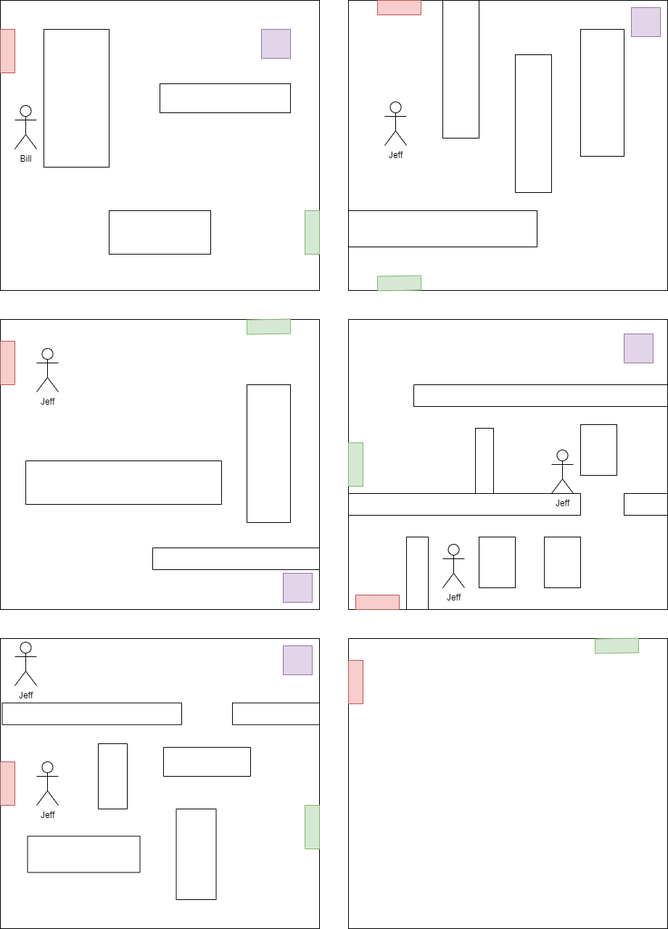
Earlier version of the draw.io export level 1.png (johannfac/A-Lone-Burglar). Source tidied: cells renumbered, new cells last; positions are measured from the earlier drawing's top-left corner, leaving out a move shared by most shapes.
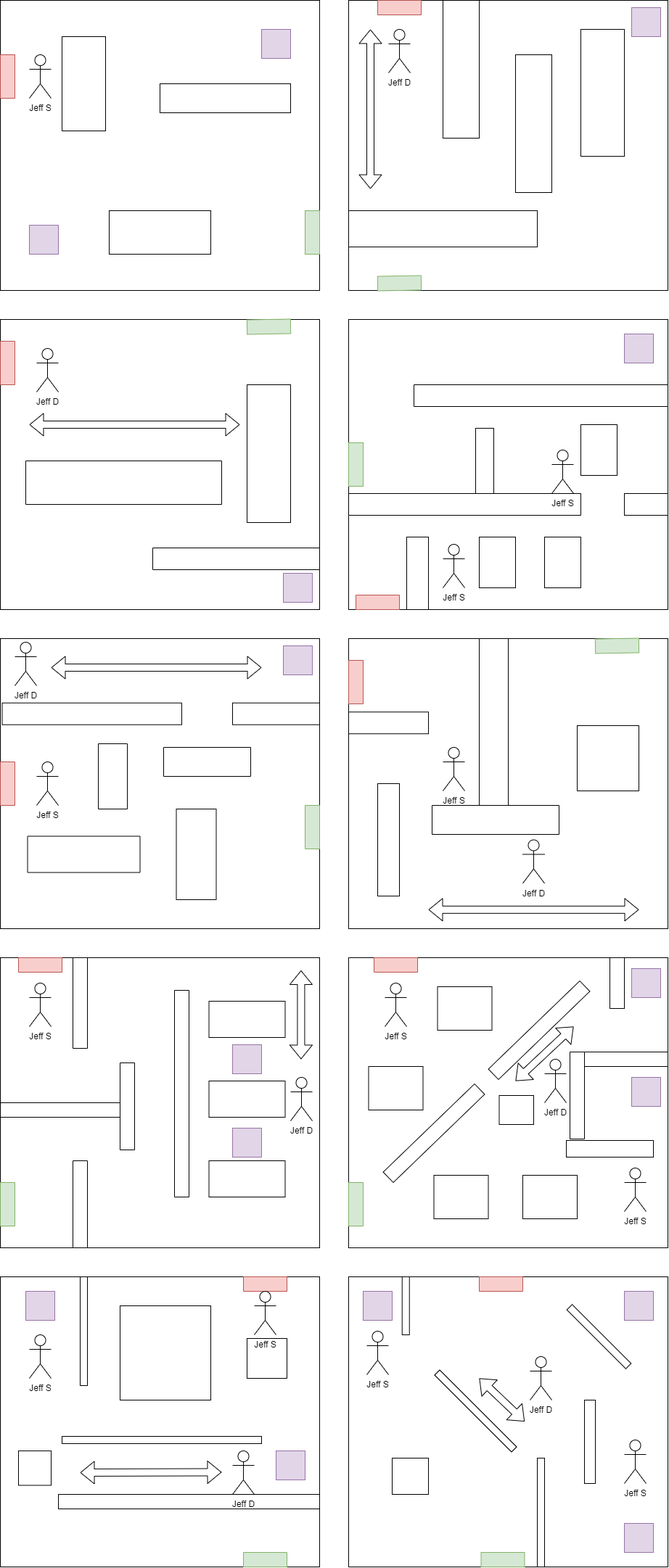
The same file after the commit.

What changed in the source:
```diff
@@ -9,7 +9,7 @@
       <mxGeometry x="150" y="310" width="140" height="60" as="geometry" />
     </mxCell>
     <mxCell id="4" style="rounded=0;whiteSpace=wrap;html=1;" parent="1" vertex="1">
-      <mxGeometry x="60" y="60" width="90" height="190" as="geometry" />
+      <mxGeometry x="85" y="70" width="60" height="130" as="geometry" />
     </mxCell>
     <mxCell id="5" style="rounded=0;whiteSpace=wrap;html=1;" parent="1" vertex="1">
       <mxGeometry x="220" y="135" width="180" height="40" as="geometry" />
@@ -18,7 +18,7 @@
       <mxGeometry x="420" y="310" width="20" height="60" as="geometry" />
     </mxCell>
     <mxCell id="7" style="rounded=0;whiteSpace=wrap;html=1;fillColor=#f8cecc;strokeColor=#b85450;" parent="1" vertex="1">
-      <mxGeometry y="60" width="20" height="60" as="geometry" />
+      <mxGeometry y="95" width="20" height="60" as="geometry" />
     </mxCell>
     <mxCell id="8" style="rounded=0;whiteSpace=wrap;html=1;" parent="1" vertex="1">
       <mxGeometry x="480" y="20" width="440" height="400" as="geometry" />
@@ -44,11 +44,11 @@
     <mxCell id="15" style="rounded=0;whiteSpace=wrap;html=1;fillColor=#e1d5e7;strokeColor=#9673a6;" parent="1" vertex="1">
       <mxGeometry x="360" y="60" width="40" height="40" as="geometry" />
     </mxCell>
-    <mxCell id="16" value="Jeff" style="shape=umlActor;verticalLabelPosition=bottom;verticalAlign=top;html=1;" parent="1" vertex="1">
-      <mxGeometry x="530" y="160" width="30" height="60" as="geometry" />
+    <mxCell id="16" value="Jeff D" style="shape=umlActor;verticalLabelPosition=bottom;verticalAlign=top;html=1;" parent="1" vertex="1">
+      <mxGeometry x="535" y="60" width="30" height="60" as="geometry" />
     </mxCell>
-    <mxCell id="17" value="Bill" style="shape=umlActor;verticalLabelPosition=bottom;verticalAlign=top;html=1;" parent="1" vertex="1">
-      <mxGeometry x="20" y="165" width="30" height="60" as="geometry" />
+    <mxCell id="17" value="Jeff S" style="shape=umlActor;verticalLabelPosition=bottom;verticalAlign=top;html=1;" parent="1" vertex="1">
+      <mxGeometry x="40" y="95" width="30" height="60" as="geometry" />
     </mxCell>
     <mxCell id="18" style="rounded=0;whiteSpace=wrap;html=1;fillColor=#e1d5e7;strokeColor=#9673a6;" parent="1" vertex="1">
       <mxGeometry x="870" y="30" width="40" height="40" as="geometry" />
@@ -59,7 +59,7 @@
     <mxCell id="20" style="rounded=0;whiteSpace=wrap;html=1;" parent="1" vertex="1">
       <mxGeometry x="480" y="460" width="440" height="400" as="geometry" />
     </mxCell>
-    <mxCell id="21" value="Jeff" style="shape=umlActor;verticalLabelPosition=bottom;verticalAlign=top;html=1;" parent="1" vertex="1">
+    <mxCell id="21" value="Jeff D" style="shape=umlActor;verticalLabelPosition=bottom;verticalAlign=top;html=1;" parent="1" vertex="1">
       <mxGeometry x="50" y="500" width="30" height="60" as="geometry" />
     </mxCell>
     <mxCell id="22" style="rounded=0;whiteSpace=wrap;html=1;fillColor=#d5e8d4;strokeColor=#82b366;rotation=89;" parent="1" vertex="1">
@@ -113,7 +113,7 @@
     <mxCell id="38" style="rounded=0;whiteSpace=wrap;html=1;rotation=0;" parent="1" vertex="1">
       <mxGeometry x="800" y="605" width="50" height="70" as="geometry" />
     </mxCell>
-    <mxCell id="39" value="Jeff" style="shape=umlActor;verticalLabelPosition=bottom;verticalAlign=top;html=1;" parent="1" vertex="1">
+    <mxCell id="39" value="Jeff S" style="shape=umlActor;verticalLabelPosition=bottom;verticalAlign=top;html=1;" parent="1" vertex="1">
       <mxGeometry x="760" y="640" width="30" height="60" as="geometry" />
     </mxCell>
     <mxCell id="40" style="rounded=0;whiteSpace=wrap;html=1;" parent="1" vertex="1">
@@ -146,13 +146,13 @@
     <mxCell id="49" style="rounded=0;whiteSpace=wrap;html=1;rotation=90;" parent="1" vertex="1">
       <mxGeometry x="111.2" y="880" width="30" height="247.5" as="geometry" />
     </mxCell>
-    <mxCell id="50" value="Jeff" style="shape=umlActor;verticalLabelPosition=bottom;verticalAlign=top;html=1;" parent="1" vertex="1">
+    <mxCell id="50" value="Jeff D" style="shape=umlActor;verticalLabelPosition=bottom;verticalAlign=top;html=1;" parent="1" vertex="1">
       <mxGeometry x="20" y="905" width="30" height="60" as="geometry" />
     </mxCell>
     <mxCell id="51" style="rounded=0;whiteSpace=wrap;html=1;rotation=90;" parent="1" vertex="1">
       <mxGeometry x="207.5" y="1170" width="125" height="55" as="geometry" />
     </mxCell>
-    <mxCell id="52" value="Jeff" style="shape=umlActor;verticalLabelPosition=bottom;verticalAlign=top;html=1;" parent="1" vertex="1">
+    <mxCell id="52" value="Jeff S" style="shape=umlActor;verticalLabelPosition=bottom;verticalAlign=top;html=1;" parent="1" vertex="1">
       <mxGeometry x="50" y="1070" width="30" height="60" as="geometry" />
     </mxCell>
     <mxCell id="53" style="rounded=0;whiteSpace=wrap;html=1;rotation=90;" parent="1" vertex="1">
@@ -161,8 +161,269 @@
     <mxCell id="54" style="rounded=0;whiteSpace=wrap;html=1;rotation=90;" parent="1" vertex="1">
       <mxGeometry x="90" y="1120" width="50" height="155" as="geometry" />
     </mxCell>
-    <mxCell id="55" value="Jeff" style="shape=umlActor;verticalLabelPosition=bottom;verticalAlign=top;html=1;" parent="1" vertex="1">
+    <mxCell id="55" value="Jeff S" style="shape=umlActor;verticalLabelPosition=bottom;verticalAlign=top;html=1;" parent="1" vertex="1">
       <mxGeometry x="610" y="770" width="30" height="60" as="geometry" />
     </mxCell>
+    <mxCell id="56" style="rounded=0;whiteSpace=wrap;html=1;rotation=90;" parent="1" vertex="1">
+      <mxGeometry x="563.8" y="996.2" width="232.5" height="40" as="geometry" />
+    </mxCell>
+    <mxCell id="57" style="rounded=0;whiteSpace=wrap;html=1;rotation=90;" parent="1" vertex="1">
+      <mxGeometry x="662.5" y="1062.5" width="40" height="175" as="geometry" />
+    </mxCell>
+    <mxCell id="58" value="Jeff D" style="shape=umlActor;verticalLabelPosition=bottom;verticalAlign=top;html=1;" parent="1" vertex="1">
+      <mxGeometry x="720" y="1177.5" width="30" height="60" as="geometry" />
+    </mxCell>
+    <mxCell id="59" style="rounded=0;whiteSpace=wrap;html=1;" parent="1" vertex="1">
+      <mxGeometry x="795" y="1020" width="85" height="90" as="geometry" />
+    </mxCell>
+    <mxCell id="60" value="Jeff S" style="shape=umlActor;verticalLabelPosition=bottom;verticalAlign=top;html=1;" parent="1" vertex="1">
+      <mxGeometry x="610" y="1050" width="30" height="60" as="geometry" />
+    </mxCell>
+    <mxCell id="61" style="rounded=0;whiteSpace=wrap;html=1;" parent="1" vertex="1">
+      <mxGeometry x="480" y="1001.2" width="110" height="30" as="geometry" />
+    </mxCell>
+    <mxCell id="62" style="rounded=0;whiteSpace=wrap;html=1;" parent="1" vertex="1">
+      <mxGeometry x="520" y="1100" width="30" height="155" as="geometry" />
+    </mxCell>
+    <mxCell id="63" style="rounded=0;whiteSpace=wrap;html=1;" parent="1" vertex="1">
+      <mxGeometry y="1340" width="440" height="400" as="geometry" />
+    </mxCell>
+    <mxCell id="64" style="rounded=0;whiteSpace=wrap;html=1;fillColor=#f8cecc;strokeColor=#b85450;rotation=90;" parent="1" vertex="1">
+      <mxGeometry x="45" y="1320" width="20" height="60" as="geometry" />
+    </mxCell>
+    <mxCell id="65" style="rounded=0;whiteSpace=wrap;html=1;fillColor=#d5e8d4;strokeColor=#82b366;rotation=-180;" parent="1" vertex="1">
+      <mxGeometry y="1650" width="20" height="60" as="geometry" />
+    </mxCell>
+    <mxCell id="66" style="rounded=0;whiteSpace=wrap;html=1;fillColor=#e1d5e7;strokeColor=#9673a6;" parent="1" vertex="1">
+      <mxGeometry x="40" y="330" width="40" height="40" as="geometry" />
+    </mxCell>
+    <mxCell id="67" style="rounded=0;whiteSpace=wrap;html=1;" parent="1" vertex="1">
+      <mxGeometry y="1540" width="170" height="20" as="geometry" />
+    </mxCell>
+    <mxCell id="68" style="rounded=0;whiteSpace=wrap;html=1;rotation=90;" parent="1" vertex="1">
+      <mxGeometry x="50" y="1670" width="120" height="20" as="geometry" />
+    </mxCell>
+    <mxCell id="69" style="rounded=0;whiteSpace=wrap;html=1;rotation=90;" parent="1" vertex="1">
+      <mxGeometry x="47.5" y="1392.5" width="125" height="20" as="geometry" />
+    </mxCell>
+    <mxCell id="70" style="rounded=0;whiteSpace=wrap;html=1;rotation=90;" parent="1" vertex="1">
+      <mxGeometry x="115" y="1535" width="120" height="20" as="geometry" />
+    </mxCell>
+    <mxCell id="71" style="rounded=0;whiteSpace=wrap;html=1;rotation=90;" parent="1" vertex="1">
+      <mxGeometry x="107.5" y="1517.5" width="285" height="20" as="geometry" />
+    </mxCell>
+    <mxCell id="72" style="rounded=0;whiteSpace=wrap;html=1;rotation=0;" parent="1" vertex="1">
+      <mxGeometry x="287.5" y="1400" width="105" height="50" as="geometry" />
+    </mxCell>
+    <mxCell id="73" style="rounded=0;whiteSpace=wrap;html=1;rotation=0;" parent="1" vertex="1">
+      <mxGeometry x="287.5" y="1510" width="105" height="50" as="geometry" />
+    </mxCell>
+    <mxCell id="74" style="rounded=0;whiteSpace=wrap;html=1;rotation=0;" parent="1" vertex="1">
+      <mxGeometry x="287.5" y="1620" width="105" height="50" as="geometry" />
+    </mxCell>
+    <mxCell id="75" style="rounded=0;whiteSpace=wrap;html=1;fillColor=#e1d5e7;strokeColor=#9673a6;" parent="1" vertex="1">
+      <mxGeometry x="320" y="1460" width="40" height="40" as="geometry" />
+    </mxCell>
+    <mxCell id="76" value="Jeff S" style="shape=umlActor;verticalLabelPosition=bottom;verticalAlign=top;html=1;" parent="1" vertex="1">
+      <mxGeometry x="40" y="1375" width="30" height="60" as="geometry" />
+    </mxCell>
+    <mxCell id="77" style="rounded=0;whiteSpace=wrap;html=1;fillColor=#e1d5e7;strokeColor=#9673a6;" parent="1" vertex="1">
+      <mxGeometry x="320" y="1575" width="40" height="40" as="geometry" />
+    </mxCell>
+    <mxCell id="78" style="rounded=0;whiteSpace=wrap;html=1;" parent="1" vertex="1">
+      <mxGeometry x="480" y="1340" width="440" height="400" as="geometry" />
+    </mxCell>
+    <mxCell id="79" style="rounded=0;whiteSpace=wrap;html=1;rotation=-224;" parent="1" vertex="1">
+      <mxGeometry x="510" y="1572" width="175" height="20" as="geometry" />
+    </mxCell>
+    <mxCell id="80" style="rounded=0;whiteSpace=wrap;html=1;rotation=-224;" parent="1" vertex="1">
+      <mxGeometry x="655" y="1430" width="175" height="20" as="geometry" />
+    </mxCell>
+    <mxCell id="81" style="rounded=0;whiteSpace=wrap;html=1;fillColor=#d5e8d4;strokeColor=#82b366;rotation=-180;" parent="1" vertex="1">
+      <mxGeometry x="480" y="1650" width="20" height="60" as="geometry" />
+    </mxCell>
+    <mxCell id="82" value="Jeff S" style="shape=umlActor;verticalLabelPosition=bottom;verticalAlign=top;html=1;" parent="1" vertex="1">
+      <mxGeometry x="530" y="1375" width="30" height="60" as="geometry" />
+    </mxCell>
+    <mxCell id="83" style="rounded=0;whiteSpace=wrap;html=1;fillColor=#f8cecc;strokeColor=#b85450;rotation=90;" parent="1" vertex="1">
+      <mxGeometry x="535" y="1320" width="20" height="60" as="geometry" />
+    </mxCell>
+    <mxCell id="84" style="rounded=0;whiteSpace=wrap;html=1;fillColor=#e1d5e7;strokeColor=#9673a6;" parent="1" vertex="1">
+      <mxGeometry x="870" y="1505" width="40" height="40" as="geometry" />
+    </mxCell>
+    <mxCell id="85" style="rounded=0;whiteSpace=wrap;html=1;" parent="1" vertex="1">
+      <mxGeometry x="800" y="1470" width="120" height="20" as="geometry" />
+    </mxCell>
+    <mxCell id="86" style="rounded=0;whiteSpace=wrap;html=1;rotation=90;" parent="1" vertex="1">
+      <mxGeometry x="735" y="1520" width="120" height="20" as="geometry" />
+    </mxCell>
+    <mxCell id="87" style="rounded=0;whiteSpace=wrap;html=1;" parent="1" vertex="1">
+      <mxGeometry x="780" y="1592" width="120" height="23" as="geometry" />
+    </mxCell>
+    <mxCell id="88" style="rounded=0;whiteSpace=wrap;html=1;rotation=0;" parent="1" vertex="1">
+      <mxGeometry x="597.5" y="1640" width="75" height="60" as="geometry" />
+    </mxCell>
+    <mxCell id="89" style="rounded=0;whiteSpace=wrap;html=1;rotation=0;" parent="1" vertex="1">
+      <mxGeometry x="720" y="1640" width="75" height="60" as="geometry" />
+    </mxCell>
+    <mxCell id="90" style="rounded=0;whiteSpace=wrap;html=1;rotation=0;" parent="1" vertex="1">
+      <mxGeometry x="507.5" y="1490" width="75" height="60" as="geometry" />
+    </mxCell>
+    <mxCell id="91" style="rounded=0;whiteSpace=wrap;html=1;rotation=0;" parent="1" vertex="1">
+      <mxGeometry x="602.5" y="1380" width="75" height="60" as="geometry" />
+    </mxCell>
+    <mxCell id="92" style="rounded=0;whiteSpace=wrap;html=1;" parent="1" vertex="1">
+      <mxGeometry x="840" y="1340" width="20" height="70" as="geometry" />
+    </mxCell>
+    <mxCell id="93" style="rounded=0;whiteSpace=wrap;html=1;" parent="1" vertex="1">
+      <mxGeometry y="1780" width="440" height="400" as="geometry" />
+    </mxCell>
+    <mxCell id="94" value="Jeff D" style="shape=umlActor;verticalLabelPosition=bottom;verticalAlign=top;html=1;" parent="1" vertex="1">
+      <mxGeometry x="750" y="1480" width="30" height="60" as="geometry" />
+    </mxCell>
+    <mxCell id="95" value="Jeff S" style="shape=umlActor;verticalLabelPosition=bottom;verticalAlign=top;html=1;" parent="1" vertex="1">
+      <mxGeometry x="860" y="1630" width="30" height="60" as="geometry" />
+    </mxCell>
+    <mxCell id="96" style="rounded=0;whiteSpace=wrap;html=1;" parent="1" vertex="1">
+      <mxGeometry x="687.5" y="1530" width="47.5" height="40" as="geometry" />
+    </mxCell>
+    <mxCell id="97" style="rounded=0;whiteSpace=wrap;html=1;fillColor=#e1d5e7;strokeColor=#9673a6;" parent="1" vertex="1">
+      <mxGeometry x="870" y="1355" width="40" height="40" as="geometry" />
+    </mxCell>
+    <mxCell id="98" style="shape=flexArrow;endArrow=classic;startArrow=classic;html=1;rounded=0;" parent="1" edge="1">
+      <mxGeometry relative="1" as="geometry">
+        <mxPoint x="510" y="280" as="sourcePoint" />
+        <mxPoint x="510" y="60" as="targetPoint" />
+      </mxGeometry>
+    </mxCell>
+    <mxCell id="99" style="shape=flexArrow;endArrow=classic;startArrow=classic;html=1;rounded=0;" parent="1" edge="1">
+      <mxGeometry relative="1" as="geometry">
+        <mxPoint x="330" y="605" as="sourcePoint" />
+        <mxPoint x="40" y="605" as="targetPoint" />
+      </mxGeometry>
+    </mxCell>
+    <mxCell id="100" style="shape=flexArrow;endArrow=classic;startArrow=classic;html=1;rounded=0;" parent="1" edge="1">
+      <mxGeometry relative="1" as="geometry">
+        <mxPoint x="360" y="940" as="sourcePoint" />
+        <mxPoint x="70" y="940" as="targetPoint" />
+      </mxGeometry>
+    </mxCell>
+    <mxCell id="101" style="shape=flexArrow;endArrow=classic;startArrow=classic;html=1;rounded=0;" parent="1" edge="1">
+      <mxGeometry relative="1" as="geometry">
+        <mxPoint x="880" y="1273.8" as="sourcePoint" />
+        <mxPoint x="590" y="1273.8" as="targetPoint" />
+      </mxGeometry>
+    </mxCell>
+    <mxCell id="102" style="rounded=0;whiteSpace=wrap;html=1;" parent="1" vertex="1">
+      <mxGeometry x="480" y="1780" width="440" height="400" as="geometry" />
+    </mxCell>
+    <mxCell id="103" style="rounded=0;whiteSpace=wrap;html=1;fillColor=#d5e8d4;strokeColor=#82b366;rotation=-90;" parent="1" vertex="1">
+      <mxGeometry x="355" y="2140" width="20" height="60" as="geometry" />
+    </mxCell>
+    <mxCell id="104" style="rounded=0;whiteSpace=wrap;html=1;fillColor=#f8cecc;strokeColor=#b85450;rotation=90;" parent="1" vertex="1">
+      <mxGeometry x="355" y="1760" width="20" height="60" as="geometry" />
+    </mxCell>
+    <mxCell id="105" style="rounded=0;whiteSpace=wrap;html=1;" parent="1" vertex="1">
+      <mxGeometry x="80" y="2080" width="360" height="20" as="geometry" />
+    </mxCell>
+    <mxCell id="106" style="shape=flexArrow;endArrow=classic;startArrow=classic;html=1;rounded=0;" parent="1" edge="1">
+      <mxGeometry relative="1" as="geometry">
+        <mxPoint x="790" y="1435" as="sourcePoint" />
+        <mxPoint x="710" y="1510" as="targetPoint" />
+      </mxGeometry>
+    </mxCell>
+    <mxCell id="107" style="rounded=0;whiteSpace=wrap;html=1;" parent="1" vertex="1">
+      <mxGeometry x="110" y="1780" width="10" height="150" as="geometry" />
+    </mxCell>
+    <mxCell id="108" style="rounded=0;whiteSpace=wrap;html=1;fillColor=#e1d5e7;strokeColor=#9673a6;" parent="1" vertex="1">
+      <mxGeometry x="35" y="1800" width="40" height="40" as="geometry" />
+    </mxCell>
+    <mxCell id="109" style="shape=flexArrow;endArrow=classic;startArrow=classic;html=1;rounded=0;" parent="1" edge="1">
+      <mxGeometry relative="1" as="geometry">
+        <mxPoint x="414.4" y="1357.5" as="sourcePoint" />
+        <mxPoint x="414.4" y="1480" as="targetPoint" />
+      </mxGeometry>
+    </mxCell>
+    <mxCell id="110" value="Jeff D" style="shape=umlActor;verticalLabelPosition=bottom;verticalAlign=top;html=1;" parent="1" vertex="1">
+      <mxGeometry x="400" y="1505" width="30" height="60" as="geometry" />
+    </mxCell>
+    <mxCell id="111" style="rounded=0;whiteSpace=wrap;html=1;" parent="1" vertex="1">
+      <mxGeometry x="165" y="1820" width="125" height="130" as="geometry" />
+    </mxCell>
+    <mxCell id="112" style="rounded=0;whiteSpace=wrap;html=1;" parent="1" vertex="1">
+      <mxGeometry x="85" y="2000" width="275" height="10" as="geometry" />
+    </mxCell>
+    <mxCell id="113" style="rounded=0;whiteSpace=wrap;html=1;fillColor=#e1d5e7;strokeColor=#9673a6;" parent="1" vertex="1">
+      <mxGeometry x="380" y="2020" width="40" height="40" as="geometry" />
+    </mxCell>
+    <mxCell id="114" value="Jeff S" style="shape=umlActor;verticalLabelPosition=bottom;verticalAlign=top;html=1;" parent="1" vertex="1">
+      <mxGeometry x="40" y="1860" width="30" height="60" as="geometry" />
+    </mxCell>
+    <mxCell id="115" value="Jeff D" style="shape=umlActor;verticalLabelPosition=bottom;verticalAlign=top;html=1;" parent="1" vertex="1">
+      <mxGeometry x="320" y="2020" width="30" height="60" as="geometry" />
+    </mxCell>
+    <mxCell id="116" style="shape=flexArrow;endArrow=classic;startArrow=classic;html=1;rounded=0;" parent="1" edge="1">
+      <mxGeometry relative="1" as="geometry">
+        <mxPoint x="305" y="2049.4" as="sourcePoint" />
+        <mxPoint x="110" y="2050" as="targetPoint" />
+      </mxGeometry>
+    </mxCell>
+    <mxCell id="117" style="rounded=0;whiteSpace=wrap;html=1;" parent="1" vertex="1">
+      <mxGeometry x="340" y="1865" width="55" height="55" as="geometry" />
+    </mxCell>
+    <mxCell id="118" value="Jeff S" style="shape=umlActor;verticalLabelPosition=bottom;verticalAlign=top;html=1;" parent="1" vertex="1">
+      <mxGeometry x="350" y="1800" width="30" height="60" as="geometry" />
+    </mxCell>
+    <mxCell id="119" style="rounded=0;whiteSpace=wrap;html=1;" parent="1" vertex="1">
+      <mxGeometry x="25" y="2020" width="45" height="47.5" as="geometry" />
+    </mxCell>
+    <mxCell id="120" style="rounded=0;whiteSpace=wrap;html=1;fillColor=#f8cecc;strokeColor=#b85450;rotation=90;" parent="1" vertex="1">
+      <mxGeometry x="680" y="1760" width="20" height="60" as="geometry" />
+    </mxCell>
+    <mxCell id="121" style="rounded=0;whiteSpace=wrap;html=1;fillColor=#d5e8d4;strokeColor=#82b366;rotation=-90;" parent="1" vertex="1">
+      <mxGeometry x="682.5" y="2140" width="20" height="60" as="geometry" />
+    </mxCell>
+    <mxCell id="122" style="rounded=0;whiteSpace=wrap;html=1;fillColor=#e1d5e7;strokeColor=#9673a6;" parent="1" vertex="1">
+      <mxGeometry x="860" y="1800" width="40" height="40" as="geometry" />
+    </mxCell>
+    <mxCell id="123" style="rounded=0;whiteSpace=wrap;html=1;fillColor=#e1d5e7;strokeColor=#9673a6;" parent="1" vertex="1">
+      <mxGeometry x="860" y="2120" width="40" height="40" as="geometry" />
+    </mxCell>
+    <mxCell id="124" style="rounded=0;whiteSpace=wrap;html=1;fillColor=#e1d5e7;strokeColor=#9673a6;" parent="1" vertex="1">
+      <mxGeometry x="500" y="1800" width="40" height="40" as="geometry" />
+    </mxCell>
+    <mxCell id="125" style="rounded=0;whiteSpace=wrap;html=1;" parent="1" vertex="1">
+      <mxGeometry x="740" y="2030" width="10" height="150" as="geometry" />
+    </mxCell>
+    <mxCell id="126" style="rounded=0;whiteSpace=wrap;html=1;rotation=-45;" parent="1" vertex="1">
+      <mxGeometry x="650" y="1890" width="10" height="150" as="geometry" />
+    </mxCell>
+    <mxCell id="127" value="Jeff S" style="shape=umlActor;verticalLabelPosition=bottom;verticalAlign=top;html=1;" parent="1" vertex="1">
+      <mxGeometry x="505" y="1855" width="30" height="60" as="geometry" />
+    </mxCell>
+    <mxCell id="128" value="Jeff D" style="shape=umlActor;verticalLabelPosition=bottom;verticalAlign=top;html=1;" parent="1" vertex="1">
+      <mxGeometry x="730" y="1890" width="30" height="60" as="geometry" />
+    </mxCell>
+    <mxCell id="129" style="shape=flexArrow;endArrow=classic;startArrow=classic;html=1;rounded=0;" parent="1" edge="1">
+      <mxGeometry relative="1" as="geometry">
+        <mxPoint x="722.5" y="1979.4" as="sourcePoint" />
+        <mxPoint x="660" y="1920" as="targetPoint" />
+      </mxGeometry>
+    </mxCell>
+    <mxCell id="130" style="rounded=0;whiteSpace=wrap;html=1;" parent="1" vertex="1">
+      <mxGeometry x="553.8" y="1780" width="10" height="80" as="geometry" />
+    </mxCell>
+    <mxCell id="131" style="rounded=0;whiteSpace=wrap;html=1;rotation=-45;" parent="1" vertex="1">
+      <mxGeometry x="820" y="1805" width="10" height="115" as="geometry" />
+    </mxCell>
+    <mxCell id="132" style="rounded=0;whiteSpace=wrap;html=1;rotation=0;" parent="1" vertex="1">
+      <mxGeometry x="805" y="1950" width="15" height="115" as="geometry" />
+    </mxCell>
+    <mxCell id="133" value="Jeff S" style="shape=umlActor;verticalLabelPosition=bottom;verticalAlign=top;html=1;" parent="1" vertex="1">
+      <mxGeometry x="860" y="2005" width="30" height="60" as="geometry" />
+    </mxCell>
+    <mxCell id="134" style="rounded=0;whiteSpace=wrap;html=1;" parent="1" vertex="1">
+      <mxGeometry x="540" y="2030" width="50" height="50" as="geometry" />
+    </mxCell>
   </root>
 </mxGraphModel>
```
